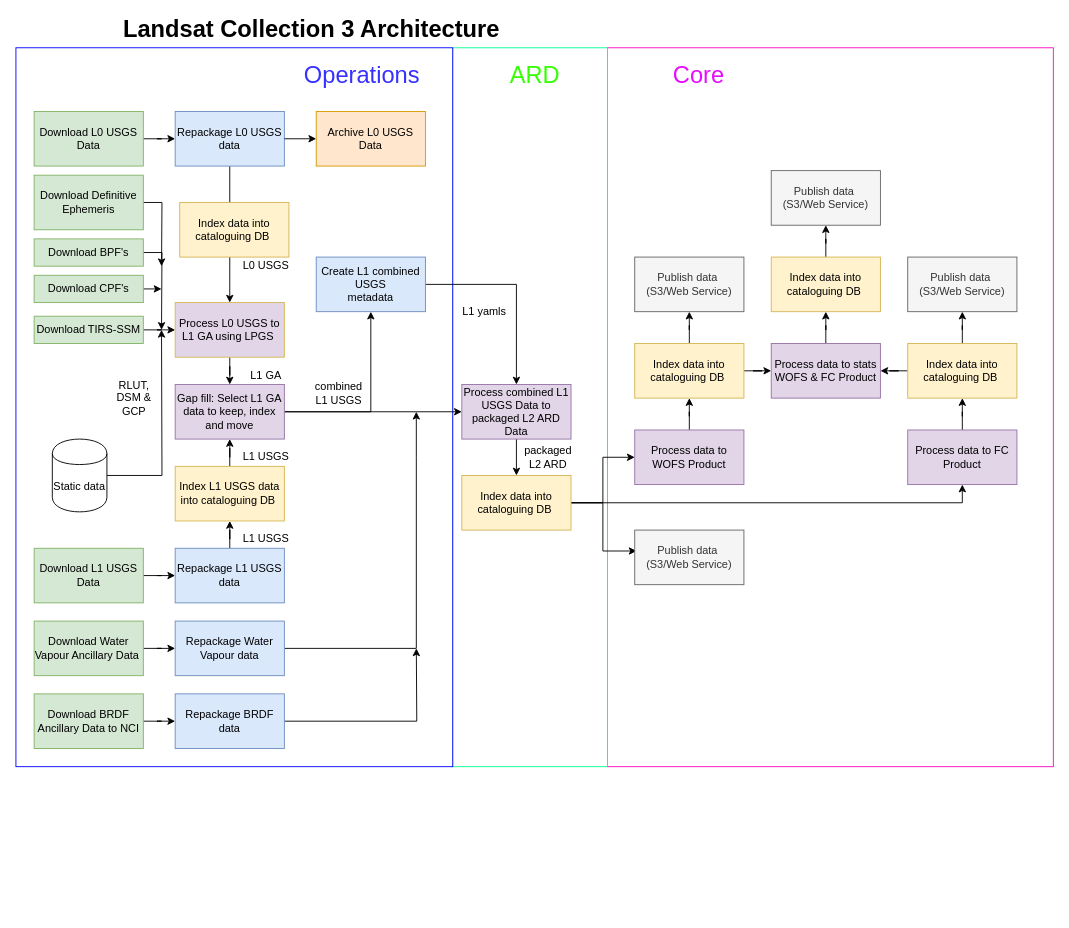
Above: collection3/c3dataflow.drawio in dunkgray/dea-document-images (draw.io), before the change. Source tidied: cells renumbered, new cells numbered last; positions are measured from the earlier drawing's top-left corner, leaving out a move shared by most shapes. Both pictures are drawn from the tidied source at 91%, with x=0, y=0 at pixel (15, 20).
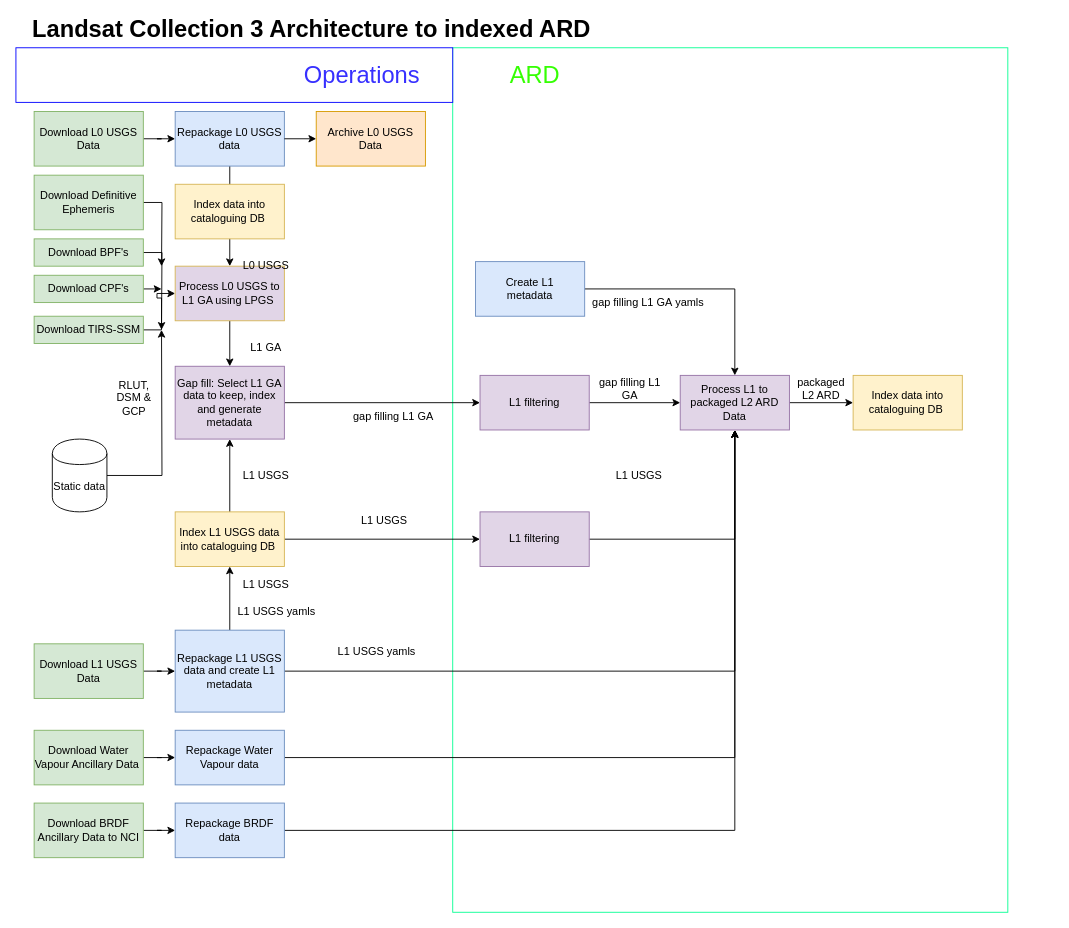
Above is the later version.

What changed in the source:
```diff
@@
-    <mxCell id="2" style="rounded=0;whiteSpace=wrap;html=1;labelBackgroundColor=none;fontSize=26;strokeColor=#FF0ABE;" parent="1" vertex="1">
-      <mxGeometry x="650" y="30" width="490" height="790" as="geometry" />
-    </mxCell>
     <mxCell id="3" style="rounded=0;whiteSpace=wrap;html=1;labelBackgroundColor=none;fontSize=26;strokeColor=#08FF94;" parent="1" vertex="1">
-      <mxGeometry x="480" y="30" width="170" height="790" as="geometry" />
+      <mxGeometry x="480" y="30" width="610" height="950" as="geometry" />
     </mxCell>
     <mxCell id="4" style="rounded=0;whiteSpace=wrap;html=1;labelBackgroundColor=none;fontSize=26;strokeColor=#0000FF;" parent="1" vertex="1">
-      <mxGeometry y="30" width="480" height="790" as="geometry" />
+      <mxGeometry y="30" width="480" height="60" as="geometry" />
     </mxCell>
-    <mxCell id="5" value="Landsat Collection 3 Architecture" style="text;html=1;strokeColor=none;fillColor=none;align=center;verticalAlign=middle;whiteSpace=wrap;rounded=0;fontStyle=1;fontSize=26;" parent="1" vertex="1">
+    <mxCell id="5" value="Landsat Collection 3 Architecture to indexed ARD" style="text;html=1;strokeColor=none;fillColor=none;align=center;verticalAlign=middle;whiteSpace=wrap;rounded=0;fontStyle=1;fontSize=26;" parent="1" vertex="1">
       <mxGeometry width="650" height="20" as="geometry" />
     </mxCell>
@@
     <mxCell id="7" value="Download Water Vapour Ancillary Data&amp;nbsp;" style="rounded=0;whiteSpace=wrap;html=1;fillColor=#d5e8d4;strokeColor=#82b366;" parent="1" vertex="1">
-      <mxGeometry x="20" y="660" width="120" height="60" as="geometry" />
+      <mxGeometry x="20" y="780" width="120" height="60" as="geometry" />
     </mxCell>
-    <mxCell id="8" style="edgeStyle=orthogonalEdgeStyle;rounded=0;jettySize=auto;html=1;" parent="1" edge="1" source="9">
-      <mxGeometry relative="1" as="geometry">
-        <mxPoint x="440" y="430" as="targetPoint" />
-        <Array as="points">
-          <mxPoint x="440" y="690" />
-          <mxPoint x="440" y="480" />
-        </Array>
-      </mxGeometry>
-    </mxCell>
+    <mxCell id="79" style="edgeStyle=orthogonalEdgeStyle;rounded=0;jettySize=auto;html=1;" parent="1" edge="1" source="9" target="36">
+      <mxGeometry relative="1" as="geometry" />
+    </mxCell>
     <mxCell id="9" value="Repackage Water Vapour data" style="rounded=0;whiteSpace=wrap;html=1;fillColor=#dae8fc;strokeColor=#6c8ebf;" parent="1" vertex="1">
-      <mxGeometry x="175" y="660" width="120" height="60" as="geometry" />
+      <mxGeometry x="175" y="780" width="120" height="60" as="geometry" />
     </mxCell>
-    <mxCell id="10" style="edgeStyle=orthogonalEdgeStyle;rounded=0;jettySize=auto;html=1;" parent="1" edge="1" source="13" target="61">
-      <mxGeometry relative="1" as="geometry" />
-    </mxCell>
-    <mxCell id="11" style="edgeStyle=orthogonalEdgeStyle;rounded=0;jettySize=auto;html=1;entryX=0.017;entryY=0.383;entryDx=0;entryDy=0;entryPerimeter=0;" parent="1" edge="1" source="13" target="59">
-      <mxGeometry relative="1" as="geometry" />
-    </mxCell>
-    <mxCell id="12" style="edgeStyle=orthogonalEdgeStyle;rounded=0;jettySize=auto;html=1;" parent="1" edge="1" source="13" target="69">
-      <mxGeometry relative="1" as="geometry">
-        <Array as="points">
-          <mxPoint x="1040" y="530" />
-        </Array>
-      </mxGeometry>
-    </mxCell>
     <mxCell id="13" value="Index data into cataloguing DB&amp;nbsp;" style="rounded=0;whiteSpace=wrap;html=1;fillColor=#fff2cc;strokeColor=#d6b656;" parent="1" vertex="1">
-      <mxGeometry x="490" y="500" width="120" height="60" as="geometry" />
+      <mxGeometry x="920" y="390" width="120" height="60" as="geometry" />
     </mxCell>
@@
     <mxCell id="15" value="Download BRDF Ancillary Data to NCI" style="rounded=0;whiteSpace=wrap;html=1;fillColor=#d5e8d4;strokeColor=#82b366;" parent="1" vertex="1">
-      <mxGeometry x="20" y="740" width="120" height="60" as="geometry" />
+      <mxGeometry x="20" y="860" width="120" height="60" as="geometry" />
     </mxCell>
-    <mxCell id="16" style="edgeStyle=orthogonalEdgeStyle;rounded=0;jettySize=auto;html=1;" parent="1" edge="1" source="17">
-      <mxGeometry relative="1" as="geometry">
-        <mxPoint x="440" y="690" as="targetPoint" />
-      </mxGeometry>
-    </mxCell>
+    <mxCell id="80" style="edgeStyle=orthogonalEdgeStyle;rounded=0;jettySize=auto;html=1;" parent="1" edge="1" source="17" target="36">
+      <mxGeometry relative="1" as="geometry" />
+    </mxCell>
     <mxCell id="17" value="Repackage BRDF data" style="rounded=0;whiteSpace=wrap;html=1;fillColor=#dae8fc;strokeColor=#6c8ebf;" parent="1" vertex="1">
-      <mxGeometry x="175" y="740" width="120" height="60" as="geometry" />
+      <mxGeometry x="175" y="860" width="120" height="60" as="geometry" />
     </mxCell>
-    <mxCell id="18" style="edgeStyle=orthogonalEdgeStyle;rounded=0;jettySize=auto;html=1;" parent="1" edge="1" source="20" target="38">
-      <mxGeometry relative="1" as="geometry" />
-    </mxCell>
-    <mxCell id="19" style="edgeStyle=orthogonalEdgeStyle;rounded=0;jettySize=auto;html=1;" parent="1" edge="1" source="20" target="36">
-      <mxGeometry relative="1" as="geometry" />
-    </mxCell>
+    <mxCell id="81" style="edgeStyle=orthogonalEdgeStyle;rounded=0;jettySize=auto;html=1;" parent="1" edge="1" source="20" target="85">
+      <mxGeometry relative="1" as="geometry" />
+    </mxCell>
-    <mxCell id="20" value="&lt;div&gt;Gap fill:&amp;nbsp;&lt;span&gt;Select L1 GA data to keep, index and move&lt;/span&gt;&lt;/div&gt;" style="rounded=0;whiteSpace=wrap;html=1;fillColor=#e1d5e7;strokeColor=#9673a6;" parent="1" vertex="1">
-      <mxGeometry x="175" y="400" width="120" height="60" as="geometry" />
+    <mxCell id="20" value="&lt;div&gt;Gap fill:&amp;nbsp;&lt;span&gt;Select L1 GA data to keep, index and generate metadata&lt;/span&gt;&lt;/div&gt;" style="rounded=0;whiteSpace=wrap;html=1;fillColor=#e1d5e7;strokeColor=#9673a6;" parent="1" vertex="1">
+      <mxGeometry x="175" y="380" width="120" height="80" as="geometry" />
     </mxCell>
@@
     <mxCell id="29" value="&lt;span id=&quot;docs-internal-guid-3314e49b-7fff-0ffe-2a96-ce71aa8f381f&quot;&gt;&lt;span style=&quot;background-color: transparent ; vertical-align: baseline&quot;&gt;&lt;font style=&quot;font-size: 12px&quot;&gt;Process L0 USGS to L1 GA using LPGS&amp;nbsp;&lt;/font&gt;&lt;/span&gt;&lt;/span&gt;" style="rounded=0;whiteSpace=wrap;html=1;fillColor=#e1d5e7;strokeColor=#d6b656;" parent="1" vertex="1">
-      <mxGeometry x="175" y="310" width="120" height="60" as="geometry" />
+      <mxGeometry x="175" y="270" width="120" height="60" as="geometry" />
     </mxCell>
@@
     <mxCell id="32" value="Download L1 USGS Data" style="rounded=0;whiteSpace=wrap;html=1;fillColor=#d5e8d4;strokeColor=#82b366;" parent="1" vertex="1">
-      <mxGeometry x="20" y="580" width="120" height="60" as="geometry" />
+      <mxGeometry x="20" y="685" width="120" height="60" as="geometry" />
     </mxCell>
@@
+    <mxCell id="82" style="edgeStyle=orthogonalEdgeStyle;rounded=0;jettySize=auto;html=1;" parent="1" edge="1" source="34" target="36">
+      <mxGeometry relative="1" as="geometry" />
+    </mxCell>
-    <mxCell id="34" value="Repackage L1 USGS data" style="rounded=0;whiteSpace=wrap;html=1;fillColor=#dae8fc;strokeColor=#6c8ebf;" parent="1" vertex="1">
-      <mxGeometry x="175" y="580" width="120" height="60" as="geometry" />
+    <mxCell id="34" value="Repackage L1 USGS data and create L1 metadata&lt;br&gt;" style="rounded=0;whiteSpace=wrap;html=1;fillColor=#dae8fc;strokeColor=#6c8ebf;" parent="1" vertex="1">
+      <mxGeometry x="175" y="670" width="120" height="90" as="geometry" />
     </mxCell>
@@
-    <mxCell id="36" value="Process combined L1 USGS Data to packaged L2 ARD Data" style="rounded=0;whiteSpace=wrap;html=1;fillColor=#e1d5e7;strokeColor=#9673a6;" parent="1" vertex="1">
-      <mxGeometry x="490" y="400" width="120" height="60" as="geometry" />
+    <mxCell id="36" value="Process L1&amp;nbsp;to packaged L2 ARD Data" style="rounded=0;whiteSpace=wrap;html=1;fillColor=#e1d5e7;strokeColor=#9673a6;" parent="1" vertex="1">
+      <mxGeometry x="730" y="390" width="120" height="60" as="geometry" />
     </mxCell>
@@
-    <mxCell id="38" value="Create L1 combined USGS &lt;br&gt;metadata" style="rounded=0;whiteSpace=wrap;html=1;fillColor=#dae8fc;strokeColor=#6c8ebf;" parent="1" vertex="1">
-      <mxGeometry x="330" y="260" width="120" height="60" as="geometry" />
+    <mxCell id="38" value="Create L1&lt;br&gt;metadata" style="rounded=0;whiteSpace=wrap;html=1;fillColor=#dae8fc;strokeColor=#6c8ebf;" parent="1" vertex="1">
+      <mxGeometry x="505" y="265" width="120" height="60" as="geometry" />
     </mxCell>
@@
+    <mxCell id="83" style="edgeStyle=orthogonalEdgeStyle;rounded=0;jettySize=auto;html=1;" parent="1" edge="1" source="40" target="87">
+      <mxGeometry relative="1" as="geometry" />
+    </mxCell>
     <mxCell id="40" value="Index L1 USGS data into cataloguing DB&amp;nbsp;" style="rounded=0;whiteSpace=wrap;html=1;fillColor=#fff2cc;strokeColor=#d6b656;" parent="1" vertex="1">
-      <mxGeometry x="175" y="490" width="120" height="60" as="geometry" />
+      <mxGeometry x="175" y="540" width="120" height="60" as="geometry" />
     </mxCell>
@@
     <mxCell id="47" value="L1 USGS" style="text;html=1;strokeColor=none;fillColor=none;align=center;verticalAlign=middle;whiteSpace=wrap;rounded=0;" parent="1" vertex="1">
-      <mxGeometry x="240" y="560" width="70" height="20" as="geometry" />
+      <mxGeometry x="240" y="610" width="70" height="20" as="geometry" />
     </mxCell>
     <mxCell id="48" value="L1 USGS" style="text;html=1;strokeColor=none;fillColor=none;align=center;verticalAlign=middle;whiteSpace=wrap;rounded=0;" parent="1" vertex="1">
-      <mxGeometry x="240" y="470" width="70" height="20" as="geometry" />
+      <mxGeometry x="240" y="490" width="70" height="20" as="geometry" />
     </mxCell>
     <mxCell id="49" value="L1 GA" style="text;html=1;strokeColor=none;fillColor=none;align=center;verticalAlign=middle;whiteSpace=wrap;rounded=0;" parent="1" vertex="1">
-      <mxGeometry x="240" y="380" width="70" height="20" as="geometry" />
+      <mxGeometry x="240" y="350" width="70" height="20" as="geometry" />
     </mxCell>
-    <mxCell id="50" value="combined L1 USGS" style="text;html=1;strokeColor=none;fillColor=none;align=center;verticalAlign=middle;whiteSpace=wrap;rounded=0;" parent="1" vertex="1">
-      <mxGeometry x="320" y="400" width="70" height="20" as="geometry" />
+    <mxCell id="50" value="gap filling L1 GA" style="text;html=1;strokeColor=none;fillColor=none;align=center;verticalAlign=middle;whiteSpace=wrap;rounded=0;" parent="1" vertex="1">
+      <mxGeometry x="355" y="410" width="120" height="50" as="geometry" />
     </mxCell>
-    <mxCell id="51" value="L1 yamls" style="text;html=1;strokeColor=none;fillColor=none;align=center;verticalAlign=middle;whiteSpace=wrap;rounded=0;" parent="1" vertex="1">
-      <mxGeometry x="480" y="310" width="70" height="20" as="geometry" />
+    <mxCell id="51" value="gap filling L1 GA&amp;nbsp;yamls" style="text;html=1;strokeColor=none;fillColor=none;align=center;verticalAlign=middle;whiteSpace=wrap;rounded=0;" parent="1" vertex="1">
+      <mxGeometry x="620" y="300" width="150" height="20" as="geometry" />
     </mxCell>
     <mxCell id="52" value="packaged L2 ARD" style="text;html=1;strokeColor=none;fillColor=none;align=center;verticalAlign=middle;whiteSpace=wrap;rounded=0;" parent="1" vertex="1">
-      <mxGeometry x="550" y="460" width="70" height="40" as="geometry" />
+      <mxGeometry x="850" y="385" width="70" height="40" as="geometry" />
     </mxCell>
@@
-    <mxCell id="59" value="Publish data&amp;nbsp;&lt;br&gt;(S3/Web Service)" style="rounded=0;whiteSpace=wrap;html=1;fillColor=#f5f5f5;strokeColor=#666666;fontColor=#333333;" parent="1" vertex="1">
-      <mxGeometry x="680" y="560" width="120" height="60" as="geometry" />
-    </mxCell>
-    <mxCell id="60" style="edgeStyle=orthogonalEdgeStyle;rounded=0;jettySize=auto;html=1;entryX=0.5;entryY=1;entryDx=0;entryDy=0;" parent="1" edge="1" source="61" target="64">
-      <mxGeometry relative="1" as="geometry" />
-    </mxCell>
-    <mxCell id="61" value="Process data to WOFS Product" style="rounded=0;whiteSpace=wrap;html=1;fillColor=#e1d5e7;strokeColor=#9673a6;" parent="1" vertex="1">
-      <mxGeometry x="680" y="450" width="120" height="60" as="geometry" />
-    </mxCell>
-    <mxCell id="62" style="edgeStyle=orthogonalEdgeStyle;rounded=0;jettySize=auto;html=1;" parent="1" edge="1" source="64" target="65">
-      <mxGeometry relative="1" as="geometry" />
-    </mxCell>
-    <mxCell id="63" style="edgeStyle=orthogonalEdgeStyle;rounded=0;jettySize=auto;html=1;" parent="1" edge="1" source="64" target="75">
-      <mxGeometry relative="1" as="geometry" />
-    </mxCell>
-    <mxCell id="64" value="Index data into cataloguing DB&amp;nbsp;" style="rounded=0;whiteSpace=wrap;html=1;fillColor=#fff2cc;strokeColor=#d6b656;" parent="1" vertex="1">
-      <mxGeometry x="680" y="355" width="120" height="60" as="geometry" />
-    </mxCell>
-    <mxCell id="65" value="Publish data&amp;nbsp;&lt;br&gt;(S3/Web Service)" style="rounded=0;whiteSpace=wrap;html=1;fillColor=#f5f5f5;strokeColor=#666666;fontColor=#333333;" parent="1" vertex="1">
-      <mxGeometry x="680" y="260" width="120" height="60" as="geometry" />
-    </mxCell>
-    <mxCell id="66" value="&lt;font color=&quot;#e70dff&quot;&gt;Core&lt;/font&gt;" style="text;html=1;align=center;verticalAlign=middle;fontSize=26;fontStyle=0;fontColor=#35FF03;" parent="1" vertex="1">
-      <mxGeometry x="715" y="40" width="70" height="40" as="geometry" />
-    </mxCell>
     <mxCell id="67" value="Index data into cataloguing DB&amp;nbsp;" style="rounded=0;whiteSpace=wrap;html=1;fillColor=#fff2cc;strokeColor=#d6b656;" parent="1" vertex="1">
-      <mxGeometry x="180" y="200" width="120" height="60" as="geometry" />
+      <mxGeometry x="175" y="180" width="120" height="60" as="geometry" />
     </mxCell>
-    <mxCell id="68" style="edgeStyle=orthogonalEdgeStyle;rounded=0;jettySize=auto;html=1;entryX=0.5;entryY=1;entryDx=0;entryDy=0;" parent="1" edge="1" source="69" target="72">
-      <mxGeometry relative="1" as="geometry" />
-    </mxCell>
-    <mxCell id="69" value="Process data to FC Product" style="rounded=0;whiteSpace=wrap;html=1;fillColor=#e1d5e7;strokeColor=#9673a6;" parent="1" vertex="1">
-      <mxGeometry x="980" y="450" width="120" height="60" as="geometry" />
-    </mxCell>
-    <mxCell id="70" style="edgeStyle=orthogonalEdgeStyle;rounded=0;jettySize=auto;html=1;" parent="1" edge="1" source="72" target="73">
-      <mxGeometry relative="1" as="geometry" />
-    </mxCell>
-    <mxCell id="71" style="edgeStyle=orthogonalEdgeStyle;rounded=0;jettySize=auto;html=1;" parent="1" edge="1" source="72" target="75">
-      <mxGeometry relative="1" as="geometry" />
-    </mxCell>
-    <mxCell id="72" value="Index data into cataloguing DB&amp;nbsp;" style="rounded=0;whiteSpace=wrap;html=1;fillColor=#fff2cc;strokeColor=#d6b656;" parent="1" vertex="1">
-      <mxGeometry x="980" y="355" width="120" height="60" as="geometry" />
-    </mxCell>
-    <mxCell id="73" value="Publish data&amp;nbsp;&lt;br&gt;(S3/Web Service)" style="rounded=0;whiteSpace=wrap;html=1;fillColor=#f5f5f5;strokeColor=#666666;fontColor=#333333;" parent="1" vertex="1">
-      <mxGeometry x="980" y="260" width="120" height="60" as="geometry" />
-    </mxCell>
-    <mxCell id="74" style="edgeStyle=orthogonalEdgeStyle;rounded=0;jettySize=auto;html=1;entryX=0.5;entryY=1;entryDx=0;entryDy=0;" parent="1" edge="1" source="75" target="77">
-      <mxGeometry relative="1" as="geometry" />
-    </mxCell>
-    <mxCell id="75" value="Process data to stats WOFS &amp;amp; FC Product" style="rounded=0;whiteSpace=wrap;html=1;fillColor=#e1d5e7;strokeColor=#9673a6;" parent="1" vertex="1">
-      <mxGeometry x="830" y="355" width="120" height="60" as="geometry" />
-    </mxCell>
-    <mxCell id="76" style="edgeStyle=orthogonalEdgeStyle;rounded=0;jettySize=auto;html=1;" parent="1" edge="1" source="77" target="78">
-      <mxGeometry relative="1" as="geometry" />
-    </mxCell>
-    <mxCell id="77" value="Index data into cataloguing DB&amp;nbsp;" style="rounded=0;whiteSpace=wrap;html=1;fillColor=#fff2cc;strokeColor=#d6b656;" parent="1" vertex="1">
-      <mxGeometry x="830" y="260" width="120" height="60" as="geometry" />
-    </mxCell>
-    <mxCell id="78" value="Publish data&amp;nbsp;&lt;br&gt;(S3/Web Service)" style="rounded=0;whiteSpace=wrap;html=1;fillColor=#f5f5f5;strokeColor=#666666;fontColor=#333333;" parent="1" vertex="1">
-      <mxGeometry x="830" y="165" width="120" height="60" as="geometry" />
-    </mxCell>
+    <mxCell id="84" style="edgeStyle=orthogonalEdgeStyle;rounded=0;jettySize=auto;html=1;" parent="1" edge="1" source="85" target="36">
+      <mxGeometry relative="1" as="geometry" />
+    </mxCell>
+    <mxCell id="85" value="L1 filtering" style="rounded=0;whiteSpace=wrap;html=1;fillColor=#e1d5e7;strokeColor=#9673a6;" parent="1" vertex="1">
+      <mxGeometry x="510" y="390" width="120" height="60" as="geometry" />
+    </mxCell>
+    <mxCell id="86" style="edgeStyle=orthogonalEdgeStyle;rounded=0;jettySize=auto;html=1;" parent="1" edge="1" source="87" target="36">
+      <mxGeometry relative="1" as="geometry" />
+    </mxCell>
+    <mxCell id="87" value="L1 filtering" style="rounded=0;whiteSpace=wrap;html=1;fillColor=#e1d5e7;strokeColor=#9673a6;" parent="1" vertex="1">
+      <mxGeometry x="510" y="540" width="120" height="60" as="geometry" />
+    </mxCell>
+    <mxCell id="88" value="L1 USGS" style="text;html=1;strokeColor=none;fillColor=none;align=center;verticalAlign=middle;whiteSpace=wrap;rounded=0;" parent="1" vertex="1">
+      <mxGeometry x="370" y="540" width="70" height="20" as="geometry" />
+    </mxCell>
+    <mxCell id="89" value="L1 USGS" style="text;html=1;strokeColor=none;fillColor=none;align=center;verticalAlign=middle;whiteSpace=wrap;rounded=0;" parent="1" vertex="1">
+      <mxGeometry x="650" y="490" width="70" height="20" as="geometry" />
+    </mxCell>
+    <mxCell id="90" value="gap filling L1 GA" style="text;html=1;strokeColor=none;fillColor=none;align=center;verticalAlign=middle;whiteSpace=wrap;rounded=0;" parent="1" vertex="1">
+      <mxGeometry x="640" y="380" width="70" height="50" as="geometry" />
+    </mxCell>
+    <mxCell id="91" value="&amp;nbsp;L1 USGS yamls" style="text;html=1;strokeColor=none;fillColor=none;align=center;verticalAlign=middle;whiteSpace=wrap;rounded=0;" parent="1" vertex="1">
+      <mxGeometry x="320" y="684" width="150" height="20" as="geometry" />
+    </mxCell>
+    <mxCell id="92" value="&amp;nbsp;L1 USGS yamls" style="text;html=1;strokeColor=none;fillColor=none;align=center;verticalAlign=middle;whiteSpace=wrap;rounded=0;" parent="1" vertex="1">
+      <mxGeometry x="210" y="640" width="150" height="20" as="geometry" />
+    </mxCell>
```
